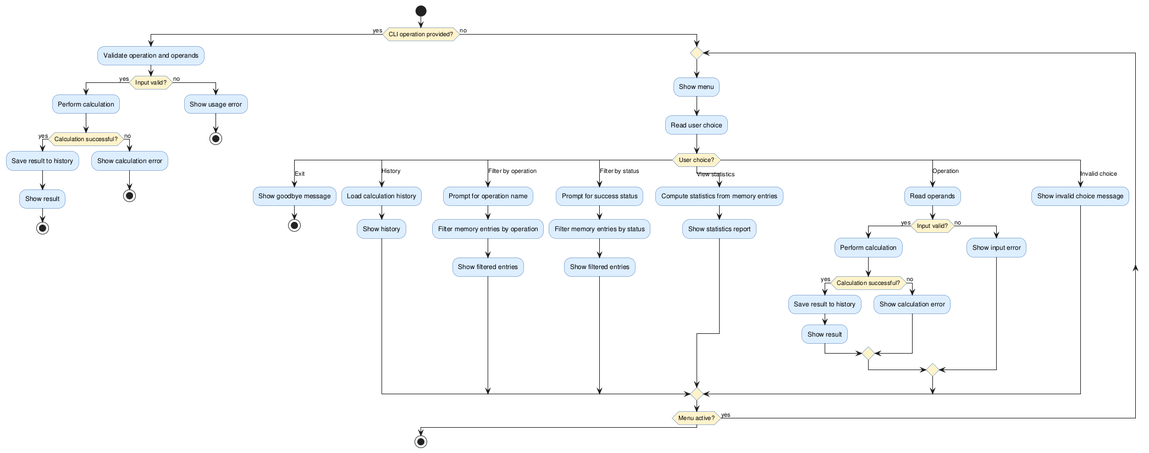
The PlantUML diagram experiments/pipeline/structured_text/calculator/artifacts/activity_diagram.png in DanielRiha8906/Software_autoevolution_using_agents, before a commit.
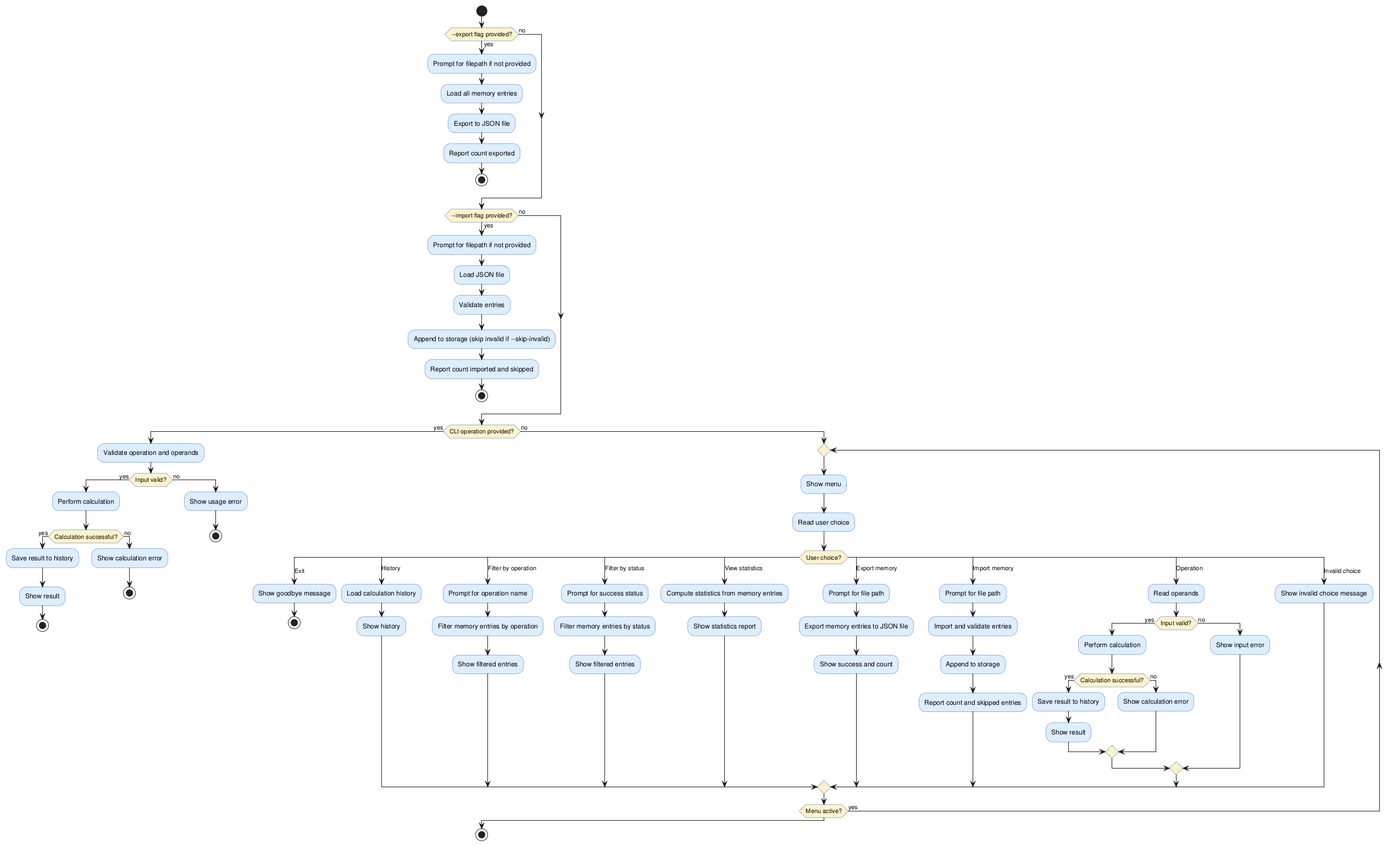
The same file after the commit.

Change to the diagram source:
```diff
@@ -5,6 +5,25 @@
 skinparam activityDiamondBackgroundColor #FFF3CC
 
 start
+
+if (--export flag provided?) then (yes)
+  :Prompt for filepath if not provided;
+  :Load all memory entries;
+  :Export to JSON file;
+  :Report count exported;
+  stop
+else (no)
+endif
+
+if (--import flag provided?) then (yes)
+  :Prompt for filepath if not provided;
+  :Load JSON file;
+  :Validate entries;
+  :Append to storage (skip invalid if --skip-invalid);
+  :Report count imported and skipped;
+  stop
+else (no)
+endif
 
 if (CLI operation provided?) then (yes)
 
@@ -57,6 +76,17 @@
         :Compute statistics from memory entries;
         :Show statistics report;
 
+      case (Export memory)
+        :Prompt for file path;
+        :Export memory entries to JSON file;
+        :Show success and count;
+
+      case (Import memory)
+        :Prompt for file path;
+        :Import and validate entries;
+        :Append to storage;
+        :Report count and skipped entries;
+
       case (Operation)
         :Read operands;
 
```
